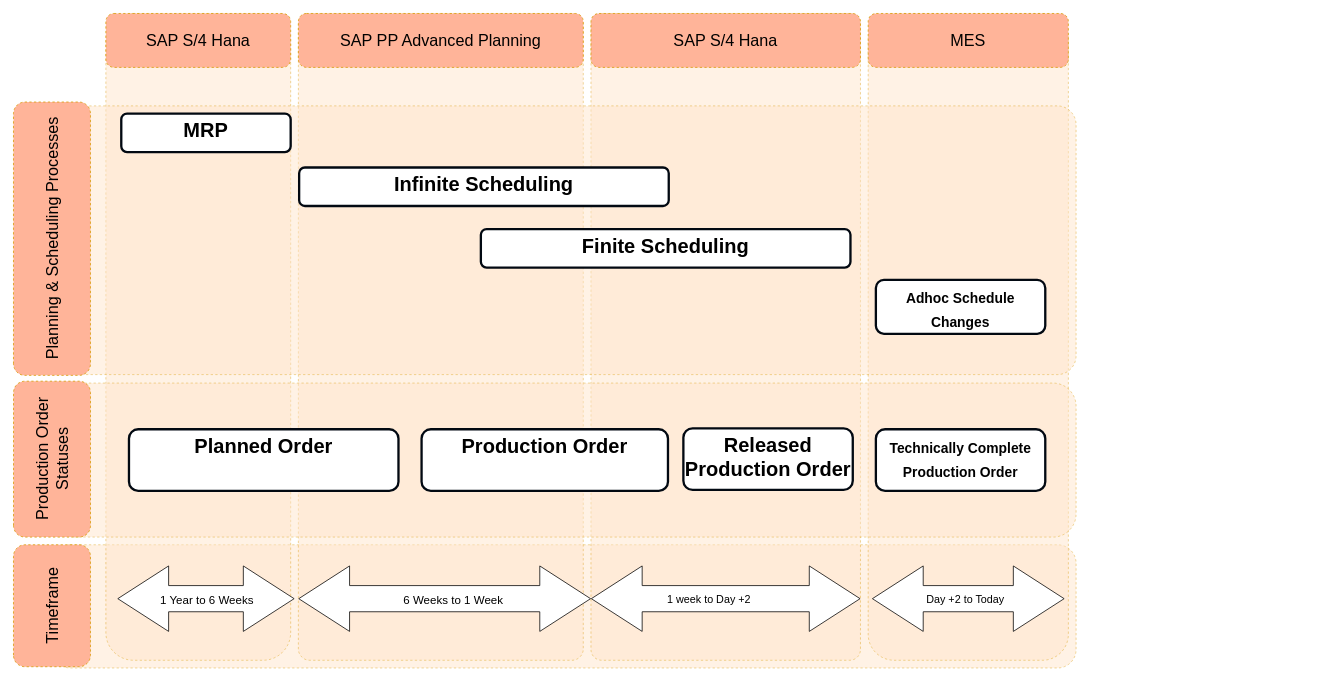
Above: page "MRP SAP- All Scheduling MES" (4 of 6) of MES.drawio in mrf742002/Diagrams (draw.io), before the change. Source tidied: cells renumbered, new cells numbered last; positions are measured from the earlier drawing's top-left corner, leaving out a move shared by most shapes. Both pictures are drawn from the tidied source at 77%, with x=0, y=0 at pixel (-85, 13).
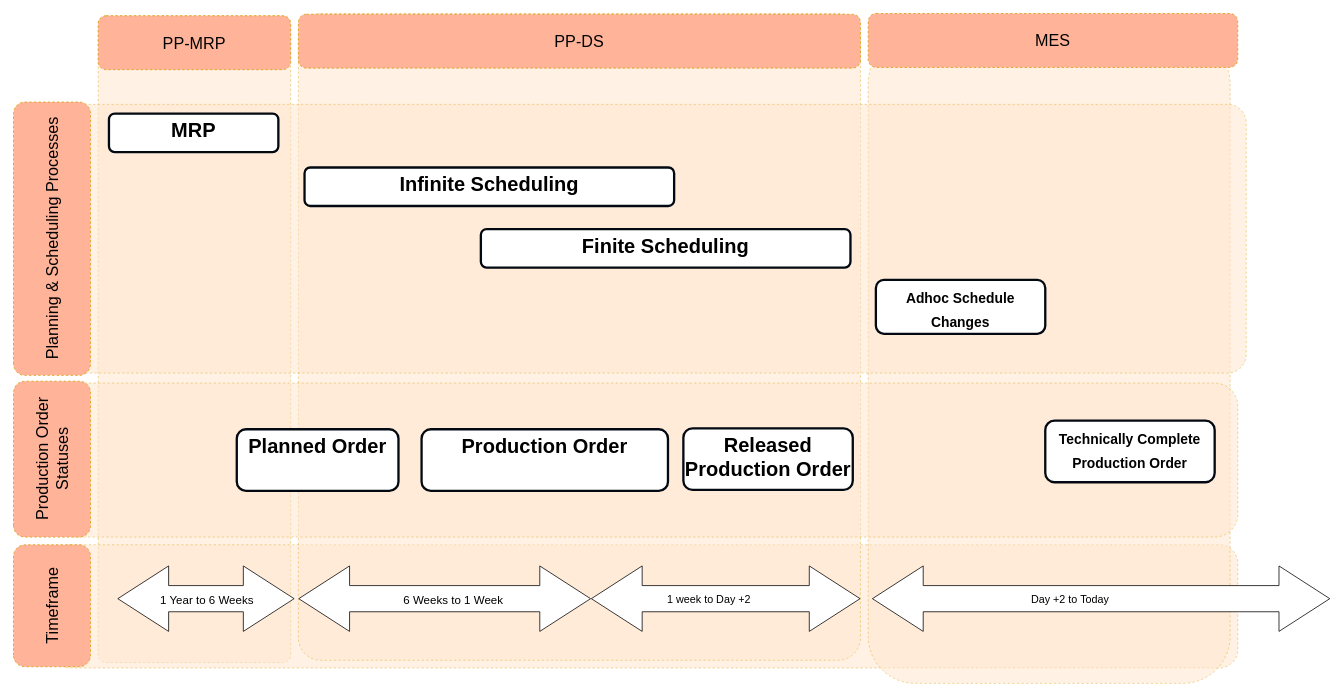
After the change.

Change to the diagram source:
```diff
@@
+    <mxCell id="32" style="rounded=1;whiteSpace=wrap;html=1;verticalAlign=top;strokeWidth=1;strokeColor=#d79b00;dashed=1;fillColor=#ffe6cc;opacity=50;arcSize=4;" parent="1" vertex="1">
+      <mxGeometry x="238" y="3" width="250" height="840" as="geometry" />
+    </mxCell>
     <mxCell id="2" style="rounded=1;whiteSpace=wrap;html=1;verticalAlign=top;strokeWidth=1;strokeColor=#d79b00;dashed=1;fillColor=#ffe6cc;opacity=50;" parent="1" vertex="1">
-      <mxGeometry x="178" y="690" width="1330" height="160" as="geometry" />
+      <mxGeometry x="178" y="690" width="1540" height="160" as="geometry" />
     </mxCell>
     <mxCell id="3" style="rounded=1;whiteSpace=wrap;html=1;verticalAlign=top;strokeWidth=1;strokeColor=#d79b00;dashed=1;fillColor=#ffe6cc;opacity=50;arcSize=4;" parent="1" vertex="1">
-      <mxGeometry x="878" width="350" height="840" as="geometry" />
+      <mxGeometry x="498" width="730" height="840" as="geometry" />
     </mxCell>
-    <mxCell id="4" style="rounded=1;whiteSpace=wrap;html=1;verticalAlign=top;strokeWidth=1;strokeColor=#d79b00;dashed=1;fillColor=#ffe6cc;opacity=50;" parent="1" vertex="1">
-      <mxGeometry x="248" width="240" height="840" as="geometry" />
-    </mxCell>
     <mxCell id="5" style="rounded=1;whiteSpace=wrap;html=1;verticalAlign=top;strokeWidth=1;strokeColor=#d79b00;dashed=1;fillColor=#ffe6cc;opacity=50;arcSize=13;" parent="1" vertex="1">
-      <mxGeometry x="1238" width="260" height="840" as="geometry" />
+      <mxGeometry x="1238" y="30" width="470" height="840" as="geometry" />
     </mxCell>
-    <mxCell id="6" style="rounded=1;whiteSpace=wrap;html=1;verticalAlign=top;strokeWidth=1;strokeColor=#d79b00;dashed=1;fillColor=#ffe6cc;opacity=50;arcSize=4;" parent="1" vertex="1">
-      <mxGeometry x="498" width="370" height="840" as="geometry" />
-    </mxCell>
     <mxCell id="7" style="rounded=1;whiteSpace=wrap;html=1;verticalAlign=top;strokeWidth=1;strokeColor=#d79b00;dashed=1;fillColor=#ffe6cc;opacity=50;" parent="1" vertex="1">
-      <mxGeometry x="178" y="480" width="1330" height="200" as="geometry" />
+      <mxGeometry x="178" y="480" width="1540" height="200" as="geometry" />
     </mxCell>
     <mxCell id="8" style="rounded=1;whiteSpace=wrap;html=1;verticalAlign=top;strokeWidth=1;strokeColor=#d79b00;dashed=1;fillColor=#ffe6cc;opacity=50;arcSize=7;" parent="1" vertex="1">
-      <mxGeometry x="178" y="120" width="1330" height="349" as="geometry" />
+      <mxGeometry x="189" y="118" width="1540" height="349" as="geometry" />
     </mxCell>
     <mxCell id="9" value="&lt;b style=&quot;font-size: 26px&quot;&gt;Planned Order&lt;br style=&quot;font-size: 26px&quot;&gt;&lt;/b&gt;" style="rounded=1;whiteSpace=wrap;html=1;verticalAlign=top;strokeWidth=3;strokeColor=#020912;fontSize=26;" parent="1" vertex="1">
-      <mxGeometry x="278" y="540" width="350" height="80" as="geometry" />
+      <mxGeometry x="418" y="540" width="210" height="80" as="geometry" />
     </mxCell>
@@
     <mxCell id="12" value="&lt;b&gt;&lt;font style=&quot;font-size: 18px&quot;&gt;Technically Complete Production Order&lt;/font&gt;&lt;br style=&quot;font-size: 26px&quot;&gt;&lt;/b&gt;" style="rounded=1;whiteSpace=wrap;html=1;verticalAlign=top;strokeWidth=3;strokeColor=#020912;fontSize=26;" parent="1" vertex="1">
-      <mxGeometry x="1248" y="540" width="220" height="80" as="geometry" />
+      <mxGeometry x="1468" y="528.8" width="220" height="80" as="geometry" />
     </mxCell>
     <mxCell id="13" value="&lt;b style=&quot;font-size: 26px&quot;&gt;MRP&lt;br style=&quot;font-size: 26px&quot;&gt;&lt;/b&gt;" style="rounded=1;whiteSpace=wrap;html=1;verticalAlign=top;strokeWidth=3;strokeColor=#020912;fontSize=26;" parent="1" vertex="1">
-      <mxGeometry x="268" y="130" width="220" height="50" as="geometry" />
+      <mxGeometry x="252" y="130" width="220" height="50" as="geometry" />
     </mxCell>
     <mxCell id="14" value="&lt;b style=&quot;font-size: 26px&quot;&gt;Infinite Scheduling&lt;br style=&quot;font-size: 26px&quot;&gt;&lt;/b&gt;" style="rounded=1;whiteSpace=wrap;html=1;verticalAlign=top;strokeWidth=3;strokeColor=#020912;fontSize=26;" parent="1" vertex="1">
-      <mxGeometry x="499" y="200" width="480" height="50" as="geometry" />
+      <mxGeometry x="506" y="200" width="480" height="50" as="geometry" />
     </mxCell>
@@
-    <mxCell id="25" value="SAP S/4 Hana" style="rounded=1;whiteSpace=wrap;html=1;verticalAlign=middle;strokeWidth=1;strokeColor=#d79b00;dashed=1;fillColor=#FFB499;rotation=0;fontSize=21;" parent="1" vertex="1">
-      <mxGeometry x="248" width="240" height="70" as="geometry" />
-    </mxCell>
-    <mxCell id="26" value="SAP PP Advanced Planning" style="rounded=1;whiteSpace=wrap;html=1;verticalAlign=middle;strokeWidth=1;strokeColor=#d79b00;dashed=1;fillColor=#FFB499;rotation=0;fontSize=21;" parent="1" vertex="1">
-      <mxGeometry x="498" width="370" height="70" as="geometry" />
-    </mxCell>
-    <mxCell id="27" value="SAP S/4 Hana" style="rounded=1;whiteSpace=wrap;html=1;verticalAlign=middle;strokeWidth=1;strokeColor=#d79b00;dashed=1;fillColor=#FFB499;rotation=0;fontSize=21;" parent="1" vertex="1">
-      <mxGeometry x="878" width="350" height="70" as="geometry" />
+    <mxCell id="27" value="PP-DS" style="rounded=1;whiteSpace=wrap;html=1;verticalAlign=middle;strokeWidth=1;strokeColor=#d79b00;dashed=1;fillColor=#FFB499;rotation=0;fontSize=21;" parent="1" vertex="1">
+      <mxGeometry x="498" y="1" width="730" height="70" as="geometry" />
     </mxCell>
     <mxCell id="28" value="MES" style="rounded=1;whiteSpace=wrap;html=1;verticalAlign=middle;strokeWidth=1;strokeColor=#d79b00;dashed=1;fillColor=#FFB499;rotation=0;fontSize=21;" parent="1" vertex="1">
-      <mxGeometry x="1238" width="260" height="70" as="geometry" />
+      <mxGeometry x="1238" width="480" height="70" as="geometry" />
     </mxCell>
     <mxCell id="29" style="shape=flexArrow;endArrow=classic;startArrow=classic;html=1;fontSize=34;endWidth=50;endSize=21.66;width=34;startWidth=50;startSize=21.66;fillColor=#ffffff;" parent="1" edge="1">
       <mxGeometry relative="1" as="geometry">
         <mxPoint x="1243" y="760" as="sourcePoint" />
-        <mxPoint x="1493" y="760" as="targetPoint" />
+        <mxPoint x="1838" y="760" as="targetPoint" />
       </mxGeometry>
     </mxCell>
@@
+    <mxCell id="33" value="PP-MRP" style="rounded=1;whiteSpace=wrap;html=1;verticalAlign=middle;strokeWidth=1;strokeColor=#d79b00;dashed=1;fillColor=#FFB499;rotation=0;fontSize=21;" parent="1" vertex="1">
+      <mxGeometry x="238" y="3" width="250" height="70" as="geometry" />
+    </mxCell>
```
